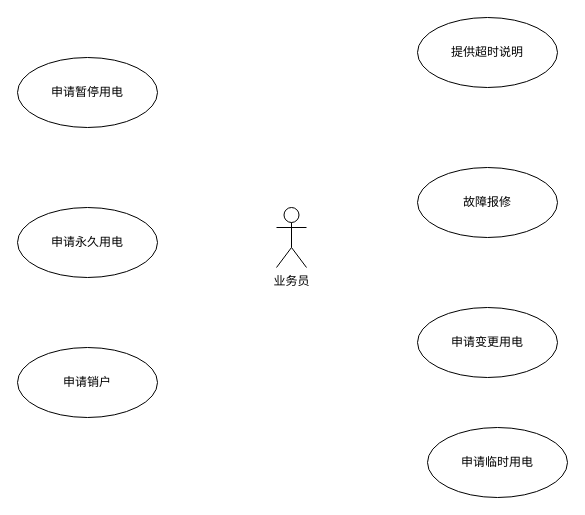
The draw.io diagram page "1.2.2.6-业务员业务用例视图" (23 of 26) of 用户客户服务-业务概要视图.drawio in Riverfish1/test, before the edit. Source tidied: cells renumbered, new cells numbered last; positions are measured from the earlier drawing's top-left corner, leaving out a move shared by most shapes. Both pictures are drawn from the tidied source at 100%, with x=0, y=0 at pixel (17, 17).
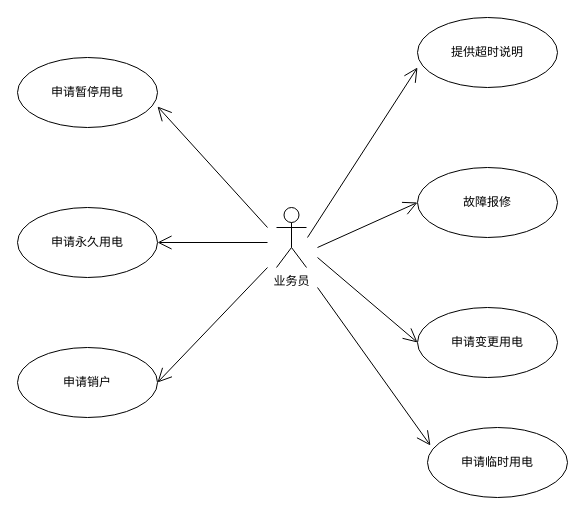
The same diagram, later.

Commit message (it also covers changes not shown here):
更新用户客户服务-业务概要视图.drawio

Unchanged cells that the change refers to:
```xml
<mxCell id="3" value="申请暂停用电" style="ellipse;whiteSpace=wrap;html=1;" parent="1" vertex="1">
  <mxGeometry y="40" width="140" height="70" as="geometry" />
</mxCell>
<mxCell id="4" value="申请永久用电" style="ellipse;whiteSpace=wrap;html=1;" parent="1" vertex="1">
  <mxGeometry y="190" width="140" height="70" as="geometry" />
</mxCell>
<mxCell id="5" value="申请销户" style="ellipse;whiteSpace=wrap;html=1;" parent="1" vertex="1">
  <mxGeometry y="330" width="140" height="70" as="geometry" />
</mxCell>
<mxCell id="6" value="提供超时说明" style="ellipse;whiteSpace=wrap;html=1;" parent="1" vertex="1">
  <mxGeometry x="400" width="140" height="70" as="geometry" />
</mxCell>
<mxCell id="7" value="故障报修" style="ellipse;whiteSpace=wrap;html=1;" parent="1" vertex="1">
  <mxGeometry x="400" y="150" width="140" height="70" as="geometry" />
</mxCell>
<mxCell id="8" value="申请变更用电" style="ellipse;whiteSpace=wrap;html=1;" parent="1" vertex="1">
  <mxGeometry x="400" y="290" width="140" height="70" as="geometry" />
</mxCell>
<mxCell id="9" value="申请临时用电" style="ellipse;whiteSpace=wrap;html=1;" parent="1" vertex="1">
  <mxGeometry x="410" y="410" width="140" height="70" as="geometry" />
</mxCell>
```

What changed in the source:
```diff
@@
+    <mxCell id="10" style="endArrow=open;endFill=1;endSize=12;html=1;entryX=0;entryY=0.714;entryDx=0;entryDy=0;entryPerimeter=0;" parent="1" edge="1" target="6">
+      <mxGeometry relative="1" as="geometry">
+        <mxPoint x="290" y="220" as="sourcePoint" />
+      </mxGeometry>
+    </mxCell>
+    <mxCell id="11" style="endArrow=open;endFill=1;endSize=12;html=1;entryX=0;entryY=0.5;entryDx=0;entryDy=0;" parent="1" edge="1" target="7">
+      <mxGeometry relative="1" as="geometry">
+        <mxPoint x="300" y="230" as="sourcePoint" />
+      </mxGeometry>
+    </mxCell>
+    <mxCell id="12" style="endArrow=open;endFill=1;endSize=12;html=1;entryX=0;entryY=0.5;entryDx=0;entryDy=0;" parent="1" edge="1" target="8">
+      <mxGeometry relative="1" as="geometry">
+        <mxPoint x="300" y="240" as="sourcePoint" />
+      </mxGeometry>
+    </mxCell>
+    <mxCell id="13" style="endArrow=open;endFill=1;endSize=12;html=1;entryX=0.021;entryY=0.257;entryDx=0;entryDy=0;entryPerimeter=0;" parent="1" edge="1" target="9">
+      <mxGeometry relative="1" as="geometry">
+        <mxPoint x="300" y="270" as="sourcePoint" />
+      </mxGeometry>
+    </mxCell>
+    <mxCell id="14" style="endArrow=open;endFill=1;endSize=12;html=1;entryX=1;entryY=0.7;entryDx=0;entryDy=0;entryPerimeter=0;" parent="1" edge="1" target="3">
+      <mxGeometry relative="1" as="geometry">
+        <mxPoint x="250" y="210" as="sourcePoint" />
+      </mxGeometry>
+    </mxCell>
+    <mxCell id="15" style="endArrow=open;endFill=1;endSize=12;html=1;entryX=1;entryY=0.5;entryDx=0;entryDy=0;" parent="1" edge="1" target="4">
+      <mxGeometry relative="1" as="geometry">
+        <mxPoint x="250" y="225" as="sourcePoint" />
+      </mxGeometry>
+    </mxCell>
+    <mxCell id="16" style="endArrow=open;endFill=1;endSize=12;html=1;entryX=1;entryY=0.5;entryDx=0;entryDy=0;" parent="1" edge="1" target="5">
+      <mxGeometry relative="1" as="geometry">
+        <mxPoint x="250" y="250" as="sourcePoint" />
+      </mxGeometry>
+    </mxCell>
```
